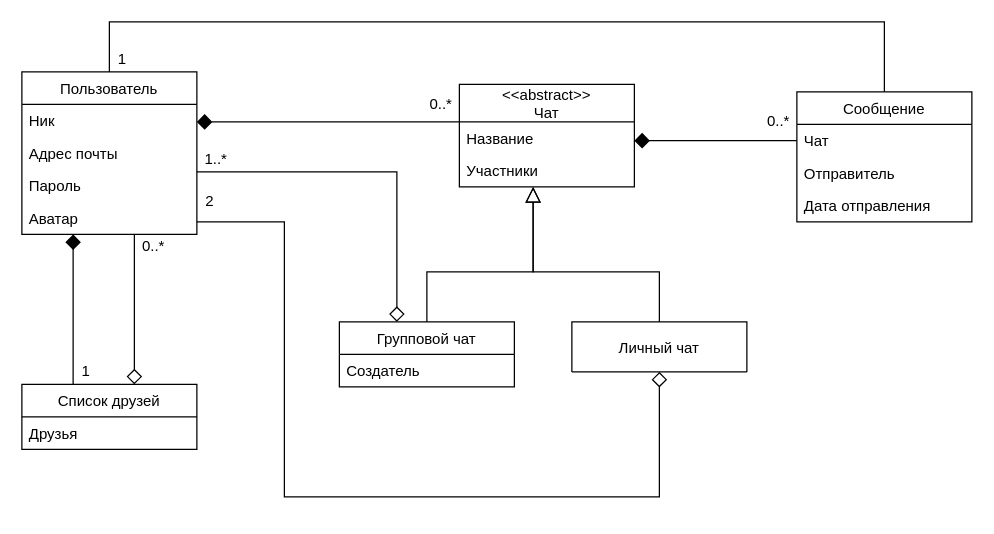
vishIGOR/CringeChatDiagrams keeps this draw.io diagram as Diagrams/Untitled Diagram.drawio. Above is the earlier version. Source tidied: cells renumbered, new cells numbered last; positions are measured from the earlier drawing's top-left corner, leaving out a move shared by most shapes. Both pictures are drawn from the tidied source at 125%, with x=0, y=0 at pixel (21, 21).
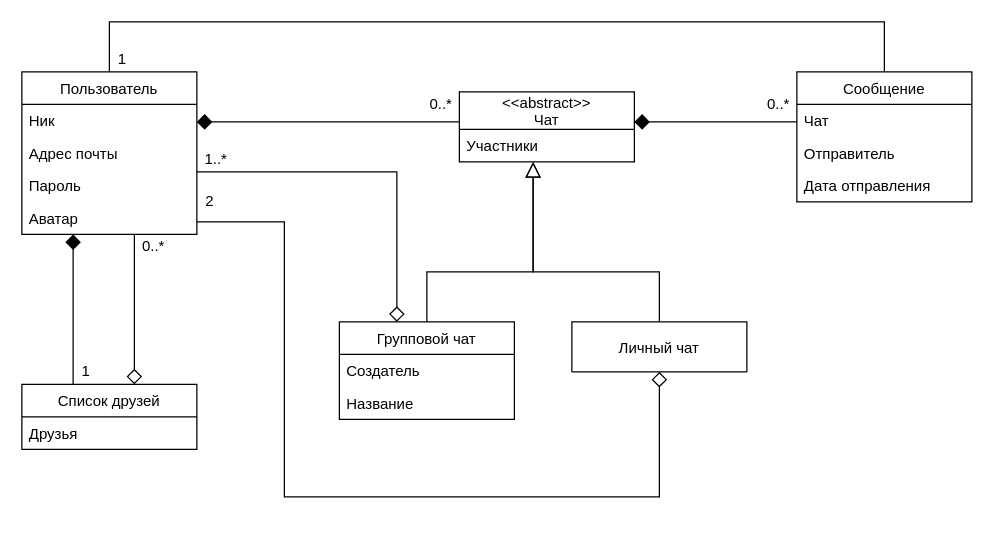
The same diagram, later.

The edit, as a diff of the source:
```diff
@@
     <mxCell id="8" style="edgeStyle=orthogonalEdgeStyle;rounded=0;jettySize=auto;html=1;startArrow=diamond;startFill=1;endArrow=none;endFill=0;startSize=10;endSize=10;" parent="1" edge="1" source="9" target="17">
       <mxGeometry relative="1" as="geometry">
         <Array as="points">
-          <mxPoint x="609" y="95" />
-          <mxPoint x="609" y="95" />
+          <mxPoint x="550" y="80" />
+          <mxPoint x="550" y="80" />
         </Array>
       </mxGeometry>
     </mxCell>
     <mxCell id="9" value="&lt;&lt;abstract&gt;&gt;&#10;Чат" style="swimlane;fontStyle=0;horizontal=1;startSize=30;fillColor=none;" parent="1" vertex="1">
-      <mxGeometry x="350" y="50" width="140" height="82" as="geometry" />
+      <mxGeometry x="350" y="56" width="140" height="56" as="geometry" />
     </mxCell>
-    <mxCell id="10" value="Название" style="text;strokeColor=none;fillColor=none;align=left;verticalAlign=top;spacingLeft=4;spacingRight=4;overflow=hidden;" parent="9" vertex="1">
-      <mxGeometry y="30" width="140" height="26" as="geometry" />
-    </mxCell>
     <mxCell id="11" value="Участники" style="text;strokeColor=none;fillColor=none;align=left;verticalAlign=top;spacingLeft=4;spacingRight=4;overflow=hidden;" parent="9" vertex="1">
-      <mxGeometry y="56" width="140" height="26" as="geometry" />
+      <mxGeometry y="30" width="140" height="26" as="geometry" />
     </mxCell>
@@
     <mxCell id="17" value="Сообщение" style="swimlane;fontStyle=0;horizontal=1;startSize=26;fillColor=none;" parent="1" vertex="1">
-      <mxGeometry x="620" y="56" width="140" height="104" as="geometry" />
+      <mxGeometry x="620" y="40" width="140" height="104" as="geometry" />
     </mxCell>
@@
     <mxCell id="21" value="0..*" style="text;html=1;align=center;verticalAlign=middle;strokeColor=none;fillColor=none;" parent="1" vertex="1">
-      <mxGeometry x="590" y="70" width="30" height="20" as="geometry" />
+      <mxGeometry x="590" y="56" width="30" height="20" as="geometry" />
     </mxCell>
@@
     <mxCell id="28" value="Групповой чат" style="swimlane;fontStyle=0;horizontal=1;startSize=26;fillColor=none;" parent="1" vertex="1">
-      <mxGeometry x="254" y="240" width="140" height="52" as="geometry" />
+      <mxGeometry x="254" y="240" width="140" height="78" as="geometry" />
     </mxCell>
@@
+    <mxCell id="10" value="Название" style="text;strokeColor=none;fillColor=none;align=left;verticalAlign=top;spacingLeft=4;spacingRight=4;overflow=hidden;" parent="28" vertex="1">
+      <mxGeometry y="52" width="140" height="26" as="geometry" />
+    </mxCell>
```
